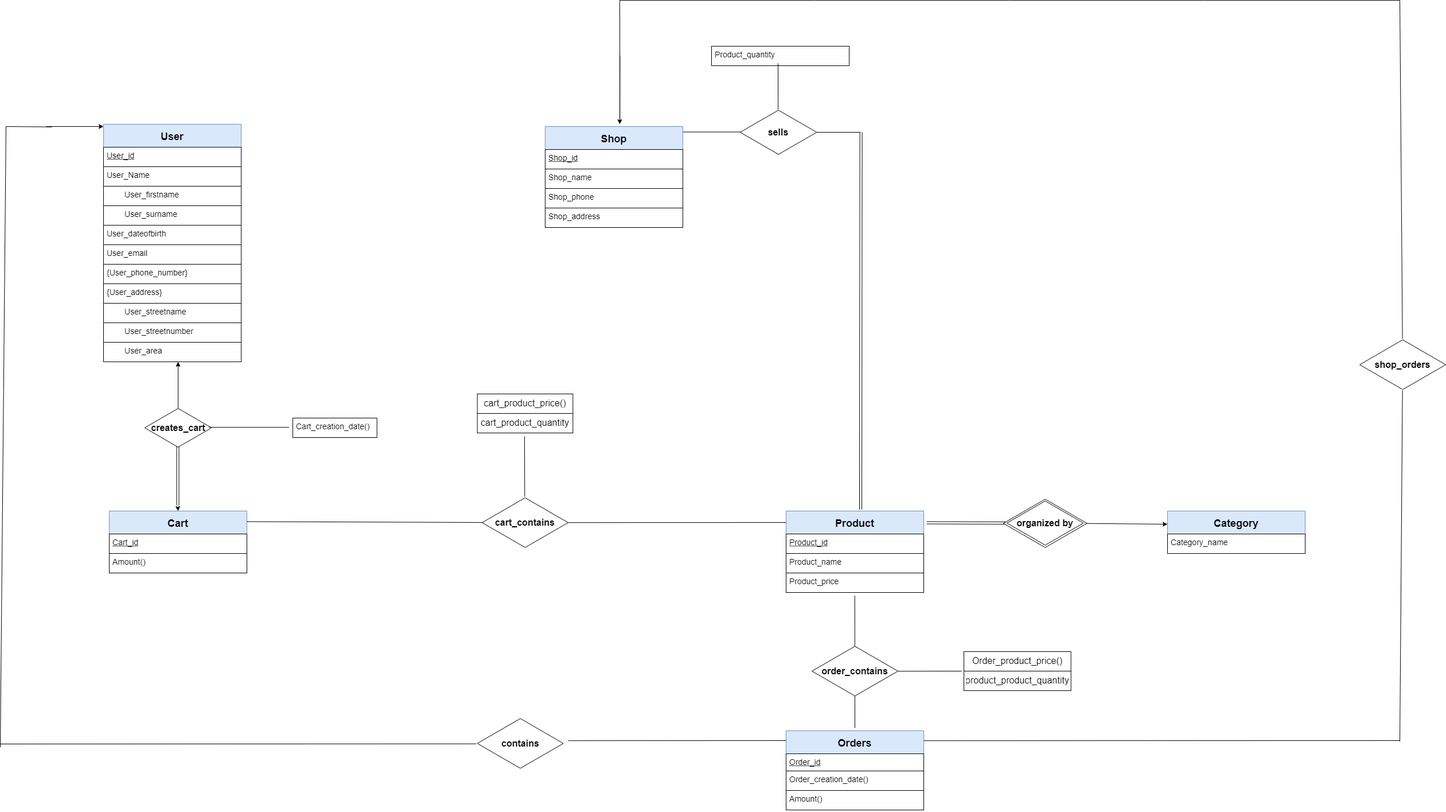
This is TechManiacs_ER.png from Fanourios-Chatziathanasiou/SQL_DB_Design-Implementation, a draw.io export, as it was before one commit. Source tidied: cells renumbered, new cells last; positions are measured from the earlier drawing's top-left corner, leaving out a move shared by most shapes.
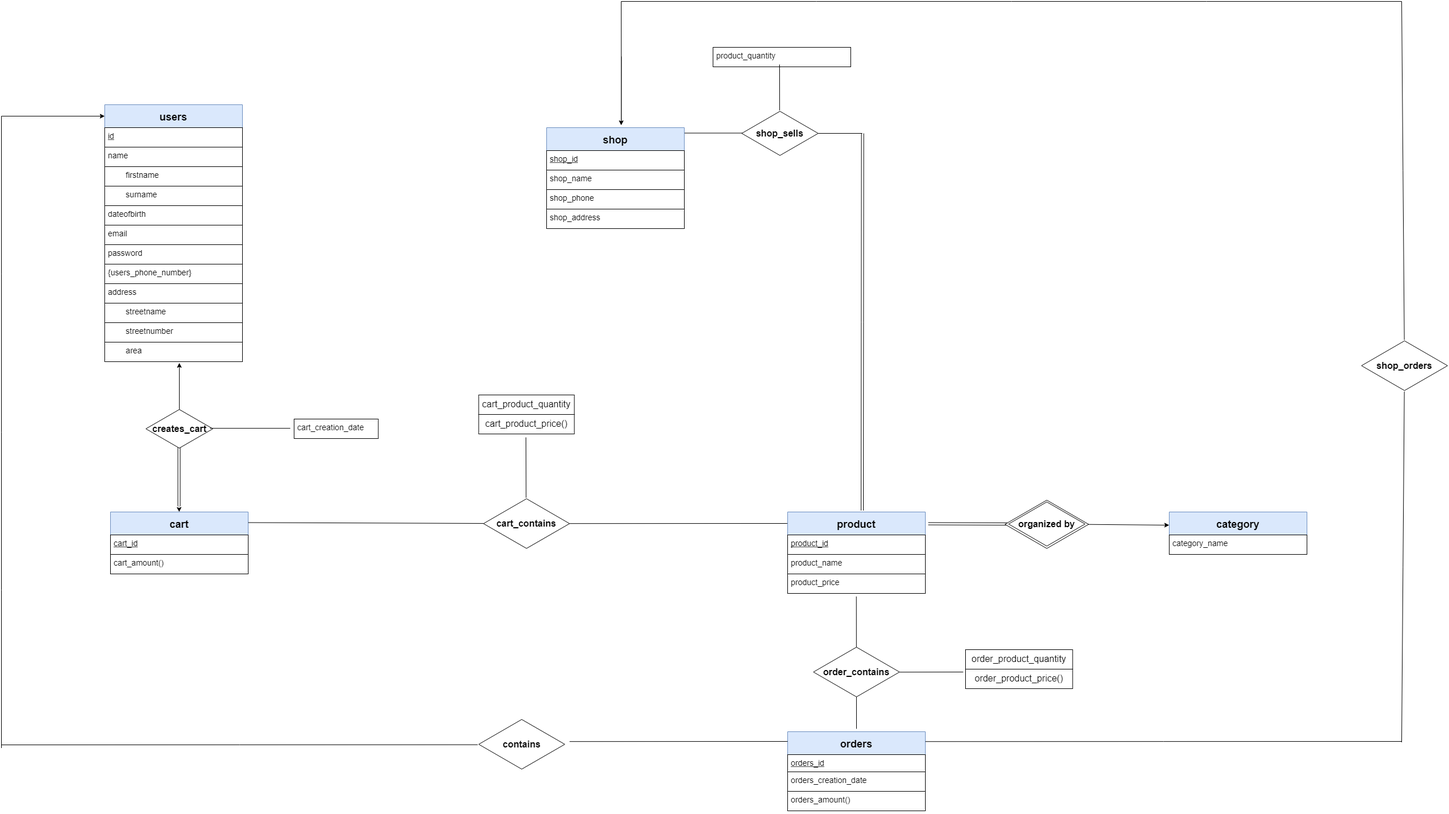
Above is the later version.

Diff of the diagram source:
```diff
@@ -18,63 +18,63 @@
     </mxCell>
-    <mxCell id="5" value="User" style="swimlane;fontStyle=1;horizontal=1;startSize=40;fillColor=#dae8fc;strokeColor=#6c8ebf;fontSize=18;" parent="1" vertex="1">
-      <mxGeometry x="180" y="216" width="240" height="74" as="geometry" />
+    <mxCell id="5" value="users" style="swimlane;fontStyle=1;horizontal=1;startSize=40;fillColor=#dae8fc;strokeColor=#6c8ebf;fontSize=18;" parent="1" vertex="1">
+      <mxGeometry x="180" y="180" width="240" height="74" as="geometry" />
     </mxCell>
-    <mxCell id="6" value="User_id" style="text;fillColor=none;align=left;verticalAlign=top;spacingLeft=4;spacingRight=4;overflow=hidden;strokeColor=#000000;fontSize=14;fontStyle=4;" parent="5" vertex="1">
+    <mxCell id="6" value="id" style="text;fillColor=none;align=left;verticalAlign=top;spacingLeft=4;spacingRight=4;overflow=hidden;strokeColor=#000000;fontSize=14;fontStyle=4;" parent="5" vertex="1">
       <mxGeometry y="40" width="240" height="34" as="geometry" />
     </mxCell>
-    <mxCell id="7" value="User_Name" style="text;fillColor=none;align=left;verticalAlign=top;spacingLeft=4;spacingRight=4;overflow=hidden;strokeColor=#000000;fontSize=14;" parent="1" vertex="1">
-      <mxGeometry x="180" y="290" width="240" height="34" as="geometry" />
+    <mxCell id="7" value="name" style="text;fillColor=none;align=left;verticalAlign=top;spacingLeft=4;spacingRight=4;overflow=hidden;strokeColor=#000000;fontSize=14;" parent="1" vertex="1">
+      <mxGeometry x="180" y="254" width="240" height="34" as="geometry" />
     </mxCell>
-    <mxCell id="8" value="        User_firstname" style="text;fillColor=none;align=left;verticalAlign=top;spacingLeft=4;spacingRight=4;overflow=hidden;strokeColor=#000000;fontSize=14;" parent="1" vertex="1">
-      <mxGeometry x="180" y="324" width="240" height="34" as="geometry" />
+    <mxCell id="8" value="        firstname" style="text;fillColor=none;align=left;verticalAlign=top;spacingLeft=4;spacingRight=4;overflow=hidden;strokeColor=#000000;fontSize=14;" parent="1" vertex="1">
+      <mxGeometry x="180" y="288" width="240" height="34" as="geometry" />
     </mxCell>
-    <mxCell id="9" value="        User_surname" style="text;fillColor=none;align=left;verticalAlign=top;spacingLeft=4;spacingRight=4;overflow=hidden;strokeColor=#000000;fontSize=14;" parent="1" vertex="1">
-      <mxGeometry x="180" y="358" width="240" height="34" as="geometry" />
+    <mxCell id="9" value="        surname" style="text;fillColor=none;align=left;verticalAlign=top;spacingLeft=4;spacingRight=4;overflow=hidden;strokeColor=#000000;fontSize=14;" parent="1" vertex="1">
+      <mxGeometry x="180" y="322" width="240" height="34" as="geometry" />
     </mxCell>
-    <mxCell id="10" value="User_dateofbirth" style="text;fillColor=none;align=left;verticalAlign=top;spacingLeft=4;spacingRight=4;overflow=hidden;strokeColor=#000000;fontSize=14;" parent="1" vertex="1">
-      <mxGeometry x="180" y="392" width="240" height="34" as="geometry" />
+    <mxCell id="10" value="dateofbirth" style="text;fillColor=none;align=left;verticalAlign=top;spacingLeft=4;spacingRight=4;overflow=hidden;strokeColor=#000000;fontSize=14;" parent="1" vertex="1">
+      <mxGeometry x="180" y="356" width="240" height="34" as="geometry" />
     </mxCell>
-    <mxCell id="11" value="User_email" style="text;fillColor=none;align=left;verticalAlign=top;spacingLeft=4;spacingRight=4;overflow=hidden;strokeColor=#000000;fontSize=14;" parent="1" vertex="1">
-      <mxGeometry x="180" y="426" width="240" height="34" as="geometry" />
+    <mxCell id="11" value="email" style="text;fillColor=none;align=left;verticalAlign=top;spacingLeft=4;spacingRight=4;overflow=hidden;strokeColor=#000000;fontSize=14;" parent="1" vertex="1">
+      <mxGeometry x="180" y="390" width="240" height="34" as="geometry" />
     </mxCell>
-    <mxCell id="12" value="{User_phone_number}" style="text;fillColor=none;align=left;verticalAlign=top;spacingLeft=4;spacingRight=4;overflow=hidden;strokeColor=#000000;fontSize=14;" parent="1" vertex="1">
-      <mxGeometry x="180" y="460" width="240" height="34" as="geometry" />
+    <mxCell id="12" value="{users_phone_number}" style="text;fillColor=none;align=left;verticalAlign=top;spacingLeft=4;spacingRight=4;overflow=hidden;strokeColor=#000000;fontSize=14;" parent="1" vertex="1">
+      <mxGeometry x="180" y="458" width="240" height="34" as="geometry" />
     </mxCell>
-    <mxCell id="13" value="{User_address}" style="text;fillColor=none;align=left;verticalAlign=top;spacingLeft=4;spacingRight=4;overflow=hidden;strokeColor=#000000;fontSize=14;" parent="1" vertex="1">
-      <mxGeometry x="180" y="494" width="240" height="34" as="geometry" />
+    <mxCell id="13" value="address" style="text;fillColor=none;align=left;verticalAlign=top;spacingLeft=4;spacingRight=4;overflow=hidden;strokeColor=#000000;fontSize=14;" parent="1" vertex="1">
+      <mxGeometry x="180" y="492" width="240" height="34" as="geometry" />
     </mxCell>
-    <mxCell id="14" value="        User_streetname" style="text;fillColor=none;align=left;verticalAlign=top;spacingLeft=4;spacingRight=4;overflow=hidden;strokeColor=#000000;fontSize=14;" parent="1" vertex="1">
-      <mxGeometry x="180" y="528" width="240" height="34" as="geometry" />
+    <mxCell id="14" value="        streetname" style="text;fillColor=none;align=left;verticalAlign=top;spacingLeft=4;spacingRight=4;overflow=hidden;strokeColor=#000000;fontSize=14;" parent="1" vertex="1">
+      <mxGeometry x="180" y="526" width="240" height="34" as="geometry" />
     </mxCell>
-    <mxCell id="15" value="        User_streetnumber" style="text;fillColor=none;align=left;verticalAlign=top;spacingLeft=4;spacingRight=4;overflow=hidden;strokeColor=#000000;fontSize=14;" parent="1" vertex="1">
-      <mxGeometry x="180" y="562" width="240" height="34" as="geometry" />
+    <mxCell id="15" value="        streetnumber" style="text;fillColor=none;align=left;verticalAlign=top;spacingLeft=4;spacingRight=4;overflow=hidden;strokeColor=#000000;fontSize=14;" parent="1" vertex="1">
+      <mxGeometry x="180" y="560" width="240" height="34" as="geometry" />
     </mxCell>
-    <mxCell id="16" value="        User_area" style="text;fillColor=none;align=left;verticalAlign=top;spacingLeft=4;spacingRight=4;overflow=hidden;strokeColor=#000000;fontSize=14;" parent="1" vertex="1">
-      <mxGeometry x="180" y="596" width="240" height="34" as="geometry" />
+    <mxCell id="16" value="        area" style="text;fillColor=none;align=left;verticalAlign=top;spacingLeft=4;spacingRight=4;overflow=hidden;strokeColor=#000000;fontSize=14;" parent="1" vertex="1">
+      <mxGeometry x="180" y="594" width="240" height="34" as="geometry" />
     </mxCell>
-    <mxCell id="17" value="Cart" style="swimlane;fontStyle=1;horizontal=1;startSize=40;fillColor=#dae8fc;strokeColor=#6c8ebf;fontSize=18;" parent="1" vertex="1">
+    <mxCell id="17" value="cart" style="swimlane;fontStyle=1;horizontal=1;startSize=40;fillColor=#dae8fc;strokeColor=#6c8ebf;fontSize=18;" parent="1" vertex="1">
       <mxGeometry x="190" y="890" width="240" height="74" as="geometry" />
     </mxCell>
-    <mxCell id="18" value="Cart_id" style="text;fillColor=none;align=left;verticalAlign=top;spacingLeft=4;spacingRight=4;overflow=hidden;strokeColor=#000000;fontSize=14;fontStyle=4;" parent="17" vertex="1">
+    <mxCell id="18" value="cart_id" style="text;fillColor=none;align=left;verticalAlign=top;spacingLeft=4;spacingRight=4;overflow=hidden;strokeColor=#000000;fontSize=14;fontStyle=4;" parent="17" vertex="1">
       <mxGeometry y="40" width="240" height="34" as="geometry" />
     </mxCell>
-    <mxCell id="19" value="Shop_name" style="text;fillColor=none;align=left;verticalAlign=top;spacingLeft=4;spacingRight=4;overflow=hidden;strokeColor=#000000;fontSize=14;" parent="1" vertex="1">
+    <mxCell id="19" value="shop_name" style="text;fillColor=none;align=left;verticalAlign=top;spacingLeft=4;spacingRight=4;overflow=hidden;strokeColor=#000000;fontSize=14;" parent="1" vertex="1">
       <mxGeometry x="950" y="294" width="240" height="34" as="geometry" />
     </mxCell>
-    <mxCell id="20" value="Shop_phone" style="text;fillColor=none;align=left;verticalAlign=top;spacingLeft=4;spacingRight=4;overflow=hidden;strokeColor=#000000;fontSize=14;" parent="1" vertex="1">
+    <mxCell id="20" value="shop_phone" style="text;fillColor=none;align=left;verticalAlign=top;spacingLeft=4;spacingRight=4;overflow=hidden;strokeColor=#000000;fontSize=14;" parent="1" vertex="1">
       <mxGeometry x="950" y="328" width="240" height="34" as="geometry" />
     </mxCell>
-    <mxCell id="21" value="Shop_address" style="text;fillColor=none;align=left;verticalAlign=top;spacingLeft=4;spacingRight=4;overflow=hidden;strokeColor=#000000;fontSize=14;" parent="1" vertex="1">
+    <mxCell id="21" value="shop_address" style="text;fillColor=none;align=left;verticalAlign=top;spacingLeft=4;spacingRight=4;overflow=hidden;strokeColor=#000000;fontSize=14;" parent="1" vertex="1">
       <mxGeometry x="950" y="362" width="240" height="34" as="geometry" />
     </mxCell>
-    <mxCell id="22" value="Category" style="swimlane;fontStyle=1;horizontal=1;startSize=40;fillColor=#dae8fc;strokeColor=#6c8ebf;fontSize=18;" parent="1" vertex="1">
+    <mxCell id="22" value="category" style="swimlane;fontStyle=1;horizontal=1;startSize=40;fillColor=#dae8fc;strokeColor=#6c8ebf;fontSize=18;" parent="1" vertex="1">
       <mxGeometry x="2035" y="890" width="240" height="74" as="geometry" />
     </mxCell>
-    <mxCell id="23" value="Category_name" style="text;fillColor=none;align=left;verticalAlign=top;spacingLeft=4;spacingRight=4;overflow=hidden;strokeColor=#000000;fontSize=14;" parent="22" vertex="1">
+    <mxCell id="23" value="category_name" style="text;fillColor=none;align=left;verticalAlign=top;spacingLeft=4;spacingRight=4;overflow=hidden;strokeColor=#000000;fontSize=14;" parent="22" vertex="1">
       <mxGeometry y="40" width="240" height="34" as="geometry" />
     </mxCell>
-    <mxCell id="24" value="Orders" style="swimlane;fontStyle=1;horizontal=1;startSize=40;fillColor=#dae8fc;strokeColor=#6c8ebf;fontSize=18;" parent="1" vertex="1">
+    <mxCell id="24" value="orders" style="swimlane;fontStyle=1;horizontal=1;startSize=40;fillColor=#dae8fc;strokeColor=#6c8ebf;fontSize=18;" parent="1" vertex="1">
       <mxGeometry x="1370" y="1273" width="240" height="70" as="geometry" />
     </mxCell>
-    <mxCell id="25" value="Order_id" style="text;fillColor=none;align=left;verticalAlign=top;spacingLeft=4;spacingRight=4;overflow=hidden;strokeColor=#000000;fontSize=14;fontStyle=4;" parent="24" vertex="1">
+    <mxCell id="25" value="orders_id" style="text;fillColor=none;align=left;verticalAlign=top;spacingLeft=4;spacingRight=4;overflow=hidden;strokeColor=#000000;fontSize=14;fontStyle=4;" parent="24" vertex="1">
       <mxGeometry y="40" width="240" height="30" as="geometry" />
@@ -97,3 +97,3 @@
     </mxCell>
-    <mxCell id="29" value="&lt;font style=&quot;font-size: 16px&quot;&gt;&lt;b&gt;sells&lt;/b&gt;&lt;/font&gt;" style="html=1;whiteSpace=wrap;shape=isoRectangle;" parent="1" vertex="1">
+    <mxCell id="29" value="&lt;font style=&quot;font-size: 16px&quot;&gt;&lt;b&gt;shop_sells&lt;/b&gt;&lt;/font&gt;" style="html=1;whiteSpace=wrap;shape=isoRectangle;" parent="1" vertex="1">
       <mxGeometry x="1290" y="190" width="133.3" height="80" as="geometry" />
@@ -103,6 +103,6 @@
     </mxCell>
-    <mxCell id="31" value="Shop" style="swimlane;fontStyle=1;horizontal=1;startSize=40;fillColor=#dae8fc;strokeColor=#6c8ebf;fontSize=18;" parent="1" vertex="1">
+    <mxCell id="31" value="shop" style="swimlane;fontStyle=1;horizontal=1;startSize=40;fillColor=#dae8fc;strokeColor=#6c8ebf;fontSize=18;" parent="1" vertex="1">
       <mxGeometry x="950" y="220" width="240" height="74" as="geometry" />
     </mxCell>
-    <mxCell id="32" value="Shop_id" style="text;fillColor=none;align=left;verticalAlign=top;spacingLeft=4;spacingRight=4;overflow=hidden;strokeColor=#000000;fontSize=14;fontStyle=4;" parent="31" vertex="1">
+    <mxCell id="32" value="shop_id" style="text;fillColor=none;align=left;verticalAlign=top;spacingLeft=4;spacingRight=4;overflow=hidden;strokeColor=#000000;fontSize=14;fontStyle=4;" parent="31" vertex="1">
       <mxGeometry y="40" width="240" height="34" as="geometry" />
@@ -133,12 +133,12 @@
     </mxCell>
-    <mxCell id="38" value="Product" style="swimlane;fontStyle=1;horizontal=1;startSize=40;fillColor=#dae8fc;strokeColor=#6c8ebf;fontSize=18;" parent="1" vertex="1">
+    <mxCell id="38" value="product" style="swimlane;fontStyle=1;horizontal=1;startSize=40;fillColor=#dae8fc;strokeColor=#6c8ebf;fontSize=18;" parent="1" vertex="1">
       <mxGeometry x="1370" y="890" width="240" height="74" as="geometry" />
     </mxCell>
-    <mxCell id="39" value="Product_id" style="text;fillColor=none;align=left;verticalAlign=top;spacingLeft=4;spacingRight=4;overflow=hidden;strokeColor=#000000;fontSize=14;fontStyle=4;" parent="38" vertex="1">
+    <mxCell id="39" value="product_id" style="text;fillColor=none;align=left;verticalAlign=top;spacingLeft=4;spacingRight=4;overflow=hidden;strokeColor=#000000;fontSize=14;fontStyle=4;" parent="38" vertex="1">
       <mxGeometry y="40" width="240" height="34" as="geometry" />
     </mxCell>
-    <mxCell id="40" value="Product_name" style="text;fillColor=none;align=left;verticalAlign=top;spacingLeft=4;spacingRight=4;overflow=hidden;strokeColor=#000000;fontSize=14;" parent="1" vertex="1">
+    <mxCell id="40" value="product_name" style="text;fillColor=none;align=left;verticalAlign=top;spacingLeft=4;spacingRight=4;overflow=hidden;strokeColor=#000000;fontSize=14;" parent="1" vertex="1">
       <mxGeometry x="1370" y="964" width="240" height="34" as="geometry" />
     </mxCell>
-    <mxCell id="41" value="Order_creation_date()" style="text;fillColor=none;align=left;verticalAlign=top;spacingLeft=4;spacingRight=4;overflow=hidden;strokeColor=#000000;fontSize=14;" parent="1" vertex="1">
+    <mxCell id="41" value="orders_creation_date" style="text;fillColor=none;align=left;verticalAlign=top;spacingLeft=4;spacingRight=4;overflow=hidden;strokeColor=#000000;fontSize=14;" parent="1" vertex="1">
       <mxGeometry x="1370" y="1343" width="240" height="34" as="geometry" />
@@ -151,6 +151,6 @@
     </mxCell>
-    <mxCell id="43" value="Cart_creation_date()" style="text;fillColor=none;align=left;verticalAlign=top;spacingLeft=4;spacingRight=4;overflow=hidden;strokeColor=#000000;fontSize=14;" parent="1" vertex="1">
+    <mxCell id="43" value="cart_creation_date" style="text;fillColor=none;align=left;verticalAlign=top;spacingLeft=4;spacingRight=4;overflow=hidden;strokeColor=#000000;fontSize=14;" parent="1" vertex="1">
       <mxGeometry x="510" y="728" width="146.7" height="34" as="geometry" />
     </mxCell>
-    <mxCell id="44" value="Product_quantity" style="text;fillColor=none;align=left;verticalAlign=top;spacingLeft=4;spacingRight=4;overflow=hidden;strokeColor=#000000;fontSize=14;" parent="1" vertex="1">
+    <mxCell id="44" value="product_quantity" style="text;fillColor=none;align=left;verticalAlign=top;spacingLeft=4;spacingRight=4;overflow=hidden;strokeColor=#000000;fontSize=14;" parent="1" vertex="1">
       <mxGeometry x="1240" y="80" width="240" height="34" as="geometry" />
@@ -173,5 +173,5 @@
     <mxCell id="48" value="cart_product_quantity" style="text;fillColor=none;align=center;verticalAlign=top;spacingLeft=4;spacingRight=4;overflow=hidden;strokeColor=#000000;fontSize=16;" parent="1" vertex="1">
-      <mxGeometry x="831.7" y="720" width="166.7" height="34" as="geometry" />
+      <mxGeometry x="831.7" y="686" width="166.7" height="34" as="geometry" />
     </mxCell>
-    <mxCell id="49" value="Product_price" style="text;fillColor=none;align=left;verticalAlign=top;spacingLeft=4;spacingRight=4;overflow=hidden;points=[[0,0.5],[1,0.5]];portConstraint=eastwest;strokeColor=#000000;fontSize=14;" parent="1" vertex="1">
+    <mxCell id="49" value="product_price" style="text;fillColor=none;align=left;verticalAlign=top;spacingLeft=4;spacingRight=4;overflow=hidden;points=[[0,0.5],[1,0.5]];portConstraint=eastwest;strokeColor=#000000;fontSize=14;" parent="1" vertex="1">
       <mxGeometry x="1370" y="998" width="240" height="34" as="geometry" />
@@ -185,3 +185,3 @@
     <mxCell id="51" value="cart_product_price()" style="text;align=center;verticalAlign=top;spacingLeft=4;spacingRight=4;overflow=hidden;fontSize=16;strokeColor=default;" parent="1" vertex="1">
-      <mxGeometry x="831.7" y="686" width="166.7" height="34" as="geometry" />
+      <mxGeometry x="831.7" y="720" width="166.7" height="34" as="geometry" />
     </mxCell>
@@ -215,3 +215,3 @@
       <mxGeometry relative="1" as="geometry">
-        <mxPoint x="10" y="220" as="sourcePoint" />
+        <mxPoint y="200" as="sourcePoint" />
         <mxPoint y="1301.5" as="targetPoint" />
@@ -221,11 +221,11 @@
       <mxGeometry relative="1" as="geometry">
-        <mxPoint x="10" y="220" as="sourcePoint" />
-        <mxPoint x="90" y="220.7" as="targetPoint" />
+        <mxPoint y="200" as="sourcePoint" />
+        <mxPoint x="90" y="200" as="targetPoint" />
       </mxGeometry>
     </mxCell>
-    <mxCell id="59" value="product_product_quantity" style="text;fillColor=none;align=center;verticalAlign=top;spacingLeft=4;spacingRight=4;overflow=hidden;strokeColor=#000000;fontSize=16;" parent="1" vertex="1">
-      <mxGeometry x="1680" y="1169" width="186.7" height="34" as="geometry" />
+    <mxCell id="59" value="order_product_quantity" style="text;fillColor=none;align=center;verticalAlign=top;spacingLeft=4;spacingRight=4;overflow=hidden;strokeColor=#000000;fontSize=16;" parent="1" vertex="1">
+      <mxGeometry x="1680" y="1130" width="186.7" height="34" as="geometry" />
     </mxCell>
-    <mxCell id="60" value="Order_product_price()" style="text;align=center;verticalAlign=top;spacingLeft=4;spacingRight=4;overflow=hidden;fontSize=16;strokeColor=default;" parent="1" vertex="1">
-      <mxGeometry x="1680" y="1135" width="186.7" height="34" as="geometry" />
+    <mxCell id="60" value="order_product_price()" style="text;align=center;verticalAlign=top;spacingLeft=4;spacingRight=4;overflow=hidden;fontSize=16;strokeColor=default;" parent="1" vertex="1">
+      <mxGeometry x="1680" y="1164" width="186.7" height="34" as="geometry" />
     </mxCell>
@@ -239,4 +239,4 @@
       <mxGeometry relative="1" as="geometry">
-        <mxPoint x="80" y="220" as="sourcePoint" />
-        <mxPoint x="180" y="220" as="targetPoint" />
+        <mxPoint x="80" y="200" as="sourcePoint" />
+        <mxPoint x="180" y="200" as="targetPoint" />
       </mxGeometry>
@@ -283,8 +283,11 @@
     </mxCell>
-    <mxCell id="70" value="Amount()" style="text;fillColor=none;align=left;verticalAlign=top;spacingLeft=4;spacingRight=4;overflow=hidden;strokeColor=#000000;fontSize=14;" parent="1" vertex="1">
+    <mxCell id="70" value="orders_amount()" style="text;fillColor=none;align=left;verticalAlign=top;spacingLeft=4;spacingRight=4;overflow=hidden;strokeColor=#000000;fontSize=14;" parent="1" vertex="1">
       <mxGeometry x="1370" y="1377" width="240" height="34" as="geometry" />
     </mxCell>
-    <mxCell id="71" value="Amount()" style="text;fillColor=none;align=left;verticalAlign=top;spacingLeft=4;spacingRight=4;overflow=hidden;strokeColor=#000000;fontSize=14;" parent="1" vertex="1">
+    <mxCell id="71" value="cart_amount()" style="text;fillColor=none;align=left;verticalAlign=top;spacingLeft=4;spacingRight=4;overflow=hidden;strokeColor=#000000;fontSize=14;" parent="1" vertex="1">
       <mxGeometry x="190" y="964" width="240" height="34" as="geometry" />
     </mxCell>
+    <mxCell id="72" value="password" style="text;fillColor=none;align=left;verticalAlign=top;spacingLeft=4;spacingRight=4;overflow=hidden;strokeColor=#000000;fontSize=14;" parent="1" vertex="1">
+      <mxGeometry x="180" y="424" width="240" height="34" as="geometry" />
+    </mxCell>
   </root>
```
